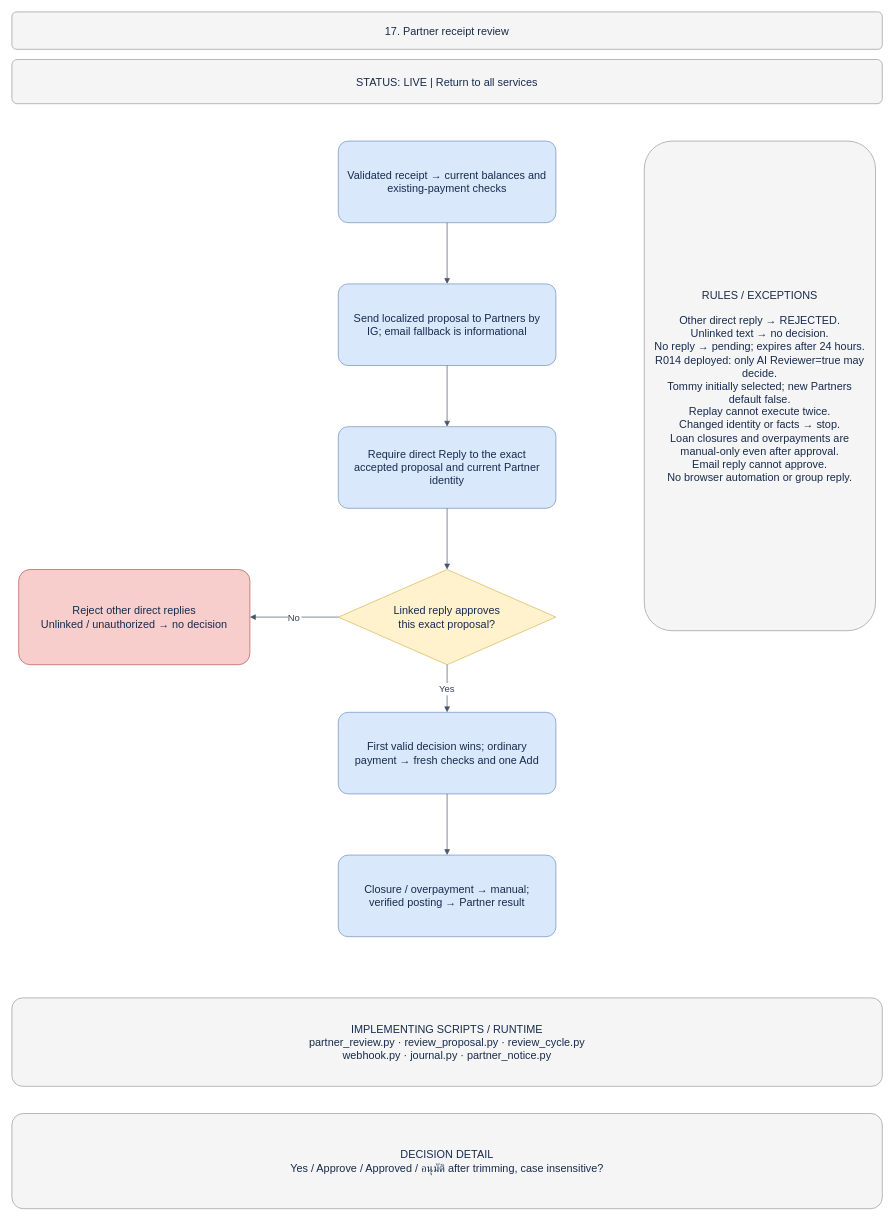
This is page "17 · Partner receipt review" (17 of 18) of docs/BUSINESS_PROCESS.drawio from welct0407/MW-Credit-App, a draw.io file, before an edit. Source tidied: cells renumbered, new cells numbered last; positions are measured from the earlier drawing's top-left corner, leaving out a move shared by most shapes. Both pictures are drawn from the tidied source at 68%, with x=0, y=0 at pixel (12, 12).
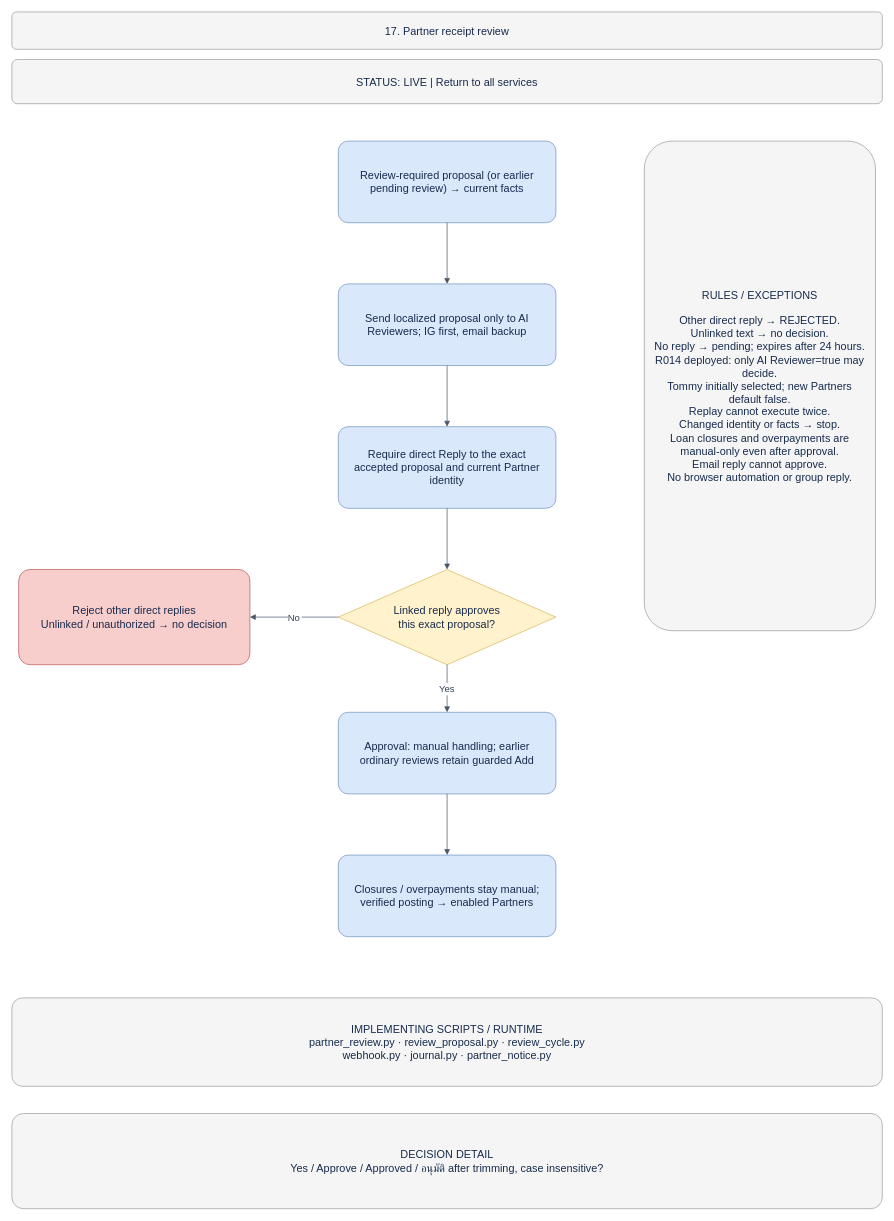
After the change.

What changed in the source:
```diff
@@
 <mxGraphModel>
   <root>
     <mxCell id="0" />
     <mxCell id="1" parent="0" />
     <mxCell id="2" value="17. Partner receipt review" style="rounded=1;arcSize=12;whiteSpace=wrap;html=0;fillColor=#f5f5f5;strokeColor=#999999;fontColor=#172b4d;fontSize=16;align=center;verticalAlign=middle;spacing=12;" parent="1" vertex="1">
       <mxGeometry width="1280" height="55" as="geometry" />
     </mxCell>
     <mxCell id="3" value="STATUS: LIVE  |  Return to all services" style="rounded=1;arcSize=12;whiteSpace=wrap;html=0;fillColor=#f5f5f5;strokeColor=#999999;fontColor=#172b4d;fontSize=16;align=center;verticalAlign=middle;spacing=12;" parent="1" vertex="1">
       <mxGeometry y="70" width="1280" height="65" as="geometry" />
     </mxCell>
-    <mxCell id="4" value="Validated receipt → current balances and existing-payment checks" style="rounded=1;arcSize=12;whiteSpace=wrap;html=0;fillColor=#dae8fc;strokeColor=#6c8ebf;fontColor=#172b4d;fontSize=16;align=center;verticalAlign=middle;spacing=12;" parent="1" vertex="1">
+    <mxCell id="4" value="Review-required proposal (or earlier pending review) → current facts" style="rounded=1;arcSize=12;whiteSpace=wrap;html=0;fillColor=#dae8fc;strokeColor=#6c8ebf;fontColor=#172b4d;fontSize=16;align=center;verticalAlign=middle;spacing=12;" parent="1" vertex="1">
       <mxGeometry x="480" y="190" width="320" height="120" as="geometry" />
     </mxCell>
-    <mxCell id="5" value="Send localized proposal to Partners by IG; email fallback is informational" style="rounded=1;arcSize=12;whiteSpace=wrap;html=0;fillColor=#dae8fc;strokeColor=#6c8ebf;fontColor=#172b4d;fontSize=16;align=center;verticalAlign=middle;spacing=12;" parent="1" vertex="1">
+    <mxCell id="5" value="Send localized proposal only to AI Reviewers; IG first, email backup" style="rounded=1;arcSize=12;whiteSpace=wrap;html=0;fillColor=#dae8fc;strokeColor=#6c8ebf;fontColor=#172b4d;fontSize=16;align=center;verticalAlign=middle;spacing=12;" parent="1" vertex="1">
       <mxGeometry x="480" y="400" width="320" height="120" as="geometry" />
     </mxCell>
     <mxCell id="6" style="edgeStyle=orthogonalEdgeStyle;rounded=0;jettySize=auto;html=0;endArrow=block;endFill=1;strokeColor=#475569;fontColor=#334155;fontSize=14;labelBackgroundColor=#ffffff;" parent="1" edge="1" source="4" target="5">
       <mxGeometry relative="1" as="geometry" />
     </mxCell>
     <mxCell id="7" value="Require direct Reply to the exact accepted proposal and current Partner identity" style="rounded=1;arcSize=12;whiteSpace=wrap;html=0;fillColor=#dae8fc;strokeColor=#6c8ebf;fontColor=#172b4d;fontSize=16;align=center;verticalAlign=middle;spacing=12;" parent="1" vertex="1">
       <mxGeometry x="480" y="610" width="320" height="120" as="geometry" />
     </mxCell>
     <mxCell id="8" style="edgeStyle=orthogonalEdgeStyle;rounded=0;jettySize=auto;html=0;endArrow=block;endFill=1;strokeColor=#475569;fontColor=#334155;fontSize=14;labelBackgroundColor=#ffffff;" parent="1" edge="1" source="5" target="7">
       <mxGeometry relative="1" as="geometry" />
     </mxCell>
     <mxCell id="9" value="Linked reply approves&#10;this exact proposal?" style="rhombus;whiteSpace=wrap;html=0;fillColor=#fff2cc;strokeColor=#d6b656;fontColor=#172b4d;fontSize=16;align=center;verticalAlign=middle;spacing=12;" parent="1" vertex="1">
       <mxGeometry x="480" y="820" width="320" height="140" as="geometry" />
     </mxCell>
     <mxCell id="10" style="edgeStyle=orthogonalEdgeStyle;rounded=0;jettySize=auto;html=0;endArrow=block;endFill=1;strokeColor=#475569;fontColor=#334155;fontSize=14;labelBackgroundColor=#ffffff;" parent="1" edge="1" source="7" target="9">
       <mxGeometry relative="1" as="geometry" />
     </mxCell>
-    <mxCell id="11" value="First valid decision wins; ordinary payment → fresh checks and one Add" style="rounded=1;arcSize=12;whiteSpace=wrap;html=0;fillColor=#dae8fc;strokeColor=#6c8ebf;fontColor=#172b4d;fontSize=16;align=center;verticalAlign=middle;spacing=12;" parent="1" vertex="1">
+    <mxCell id="11" value="Approval: manual handling; earlier ordinary reviews retain guarded Add" style="rounded=1;arcSize=12;whiteSpace=wrap;html=0;fillColor=#dae8fc;strokeColor=#6c8ebf;fontColor=#172b4d;fontSize=16;align=center;verticalAlign=middle;spacing=12;" parent="1" vertex="1">
       <mxGeometry x="480" y="1030" width="320" height="120" as="geometry" />
     </mxCell>
     <mxCell id="12" value="Yes" style="edgeStyle=orthogonalEdgeStyle;rounded=0;jettySize=auto;html=0;endArrow=block;endFill=1;strokeColor=#475569;fontColor=#334155;fontSize=14;labelBackgroundColor=#ffffff;" parent="1" edge="1" source="9" target="11">
       <mxGeometry relative="1" as="geometry" />
     </mxCell>
-    <mxCell id="13" value="Closure / overpayment → manual; verified posting → Partner result" style="rounded=1;arcSize=12;whiteSpace=wrap;html=0;fillColor=#dae8fc;strokeColor=#6c8ebf;fontColor=#172b4d;fontSize=16;align=center;verticalAlign=middle;spacing=12;" parent="1" vertex="1">
+    <mxCell id="13" value="Closures / overpayments stay manual; verified posting → enabled Partners" style="rounded=1;arcSize=12;whiteSpace=wrap;html=0;fillColor=#dae8fc;strokeColor=#6c8ebf;fontColor=#172b4d;fontSize=16;align=center;verticalAlign=middle;spacing=12;" parent="1" vertex="1">
       <mxGeometry x="480" y="1240" width="320" height="120" as="geometry" />
     </mxCell>
     <mxCell id="14" style="edgeStyle=orthogonalEdgeStyle;rounded=0;jettySize=auto;html=0;endArrow=block;endFill=1;strokeColor=#475569;fontColor=#334155;fontSize=14;labelBackgroundColor=#ffffff;" parent="1" edge="1" source="11" target="13">
       <mxGeometry relative="1" as="geometry" />
     </mxCell>
     <mxCell id="15" value="Reject other direct replies&#10;Unlinked / unauthorized → no decision" style="rounded=1;arcSize=12;whiteSpace=wrap;html=0;fillColor=#f8cecc;strokeColor=#b85450;fontColor=#172b4d;fontSize=16;align=center;verticalAlign=middle;spacing=12;" parent="1" vertex="1">
       <mxGeometry x="10" y="820" width="340" height="140" as="geometry" />
     </mxCell>
     <mxCell id="16" value="No" style="edgeStyle=orthogonalEdgeStyle;rounded=0;jettySize=auto;html=0;endArrow=block;endFill=1;strokeColor=#475569;fontColor=#334155;fontSize=14;labelBackgroundColor=#ffffff;" parent="1" edge="1" source="9" target="15">
       <mxGeometry relative="1" as="geometry" />
     </mxCell>
     <mxCell id="17" value="RULES / EXCEPTIONS&#10;&#10;Other direct reply → REJECTED.&#10;Unlinked text → no decision.&#10;No reply → pending; expires after 24 hours.&#10;R014 deployed: only AI Reviewer=true may decide.&#10;Tommy initially selected; new Partners default false.&#10;Replay cannot execute twice.&#10;Changed identity or facts → stop.&#10;Loan closures and overpayments are manual-only even after approval.&#10;Email reply cannot approve.&#10;No browser automation or group reply." style="rounded=1;arcSize=12;whiteSpace=wrap;html=0;fillColor=#f5f5f5;strokeColor=#999999;fontColor=#172b4d;fontSize=16;align=center;verticalAlign=middle;spacing=12;" parent="1" vertex="1">
       <mxGeometry x="930" y="190" width="340" height="720" as="geometry" />
     </mxCell>
     <mxCell id="18" value="IMPLEMENTING SCRIPTS / RUNTIME&#10;partner_review.py · review_proposal.py · review_cycle.py&#10;webhook.py · journal.py · partner_notice.py" style="rounded=1;arcSize=12;whiteSpace=wrap;html=0;fillColor=#f5f5f5;strokeColor=#999999;fontColor=#172b4d;fontSize=16;align=center;verticalAlign=middle;spacing=12;" parent="1" vertex="1">
       <mxGeometry y="1450" width="1280" height="130" as="geometry" />
     </mxCell>
     <mxCell id="19" value="DECISION DETAIL&#10;Yes / Approve / Approved / อนุมัติ after trimming, case insensitive?" style="rounded=1;arcSize=12;whiteSpace=wrap;html=0;fillColor=#f5f5f5;strokeColor=#999999;fontColor=#172b4d;fontSize=16;align=center;verticalAlign=middle;spacing=12;" parent="1" vertex="1">
       <mxGeometry y="1620" width="1280" height="140" as="geometry" />
     </mxCell>
   </root>
 </mxGraphModel>
```
